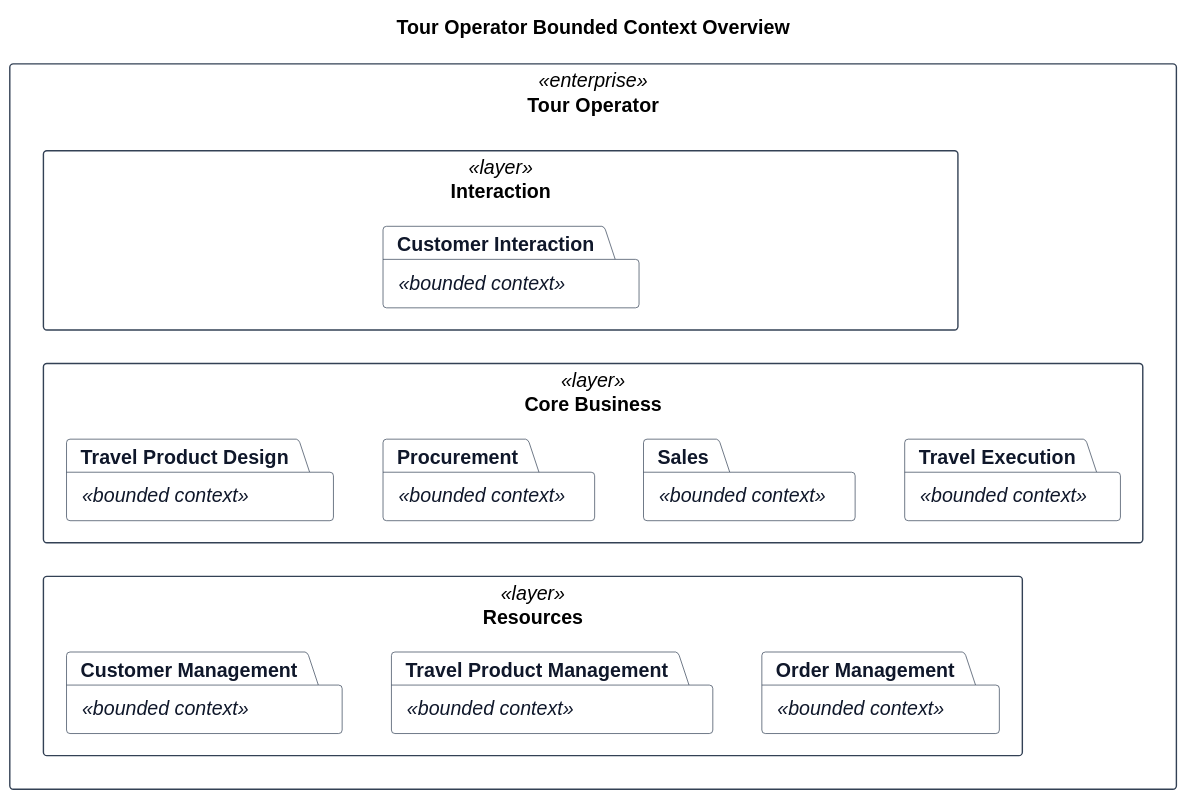
Earlier version of the PlantUML export docs/requirements/bounded-contexts/overview.svg (hochschule-darmstadt/a3se_app). Source of this version:
```plantuml
@startuml
title Tour Operator Bounded Context Overview

top to bottom direction
skinparam shadowing false
skinparam packageStyle rectangle
skinparam package {
  BackgroundColor White
  BorderColor #334155
  FontColor #0F172A
}
package "Tour Operator" <<enterprise>> {
  package "Interaction" <<layer>> {
    rectangle "<color:transparent>__________________________________________________________________________________________________</color>" as CustomerAccessLeft #transparent;line:transparent
    package "Customer Interaction" <<bounded context>>
    rectangle "<color:transparent>________________________________________________________________________________________________</color>" as CustomerAccessRight #transparent;line:transparent

    CustomerAccessLeft -[hidden]right- "Customer Interaction"
    "Customer Interaction" -[hidden]right- CustomerAccessRight
  }

  package "Core Business" <<layer>> {
    package "Travel Product Design" <<bounded context>>
    package "Procurement" <<bounded context>>
    package "Sales" <<bounded context>>
    package "Travel Execution" <<bounded context>>

    "Travel Product Design" -[hidden]right- "Procurement"
    "Procurement" -[hidden]right- "Sales"
    "Sales" -[hidden]right- "Travel Execution"
  }

  package "Resources" <<layer>> {
    package "Customer Management" <<bounded context>>
    package "Travel Product Management" <<bounded context>>
    package "Order Management" <<bounded context>>

    "Customer Management" -[hidden]right- "Travel Product Management"
    "Travel Product Management" -[hidden]right- "Order Management"
  }

  CustomerAccessLeft -[hidden]down- "Travel Product Design"
  "Customer Interaction" -[hidden]down- "Procurement"
  CustomerAccessRight -[hidden]down- "Travel Execution"

  "Travel Product Design" -[hidden]down- "Customer Management"
  "Procurement" -[hidden]down- "Travel Product Management"
  "Travel Execution" -[hidden]down- "Order Management"
}
@enduml
```
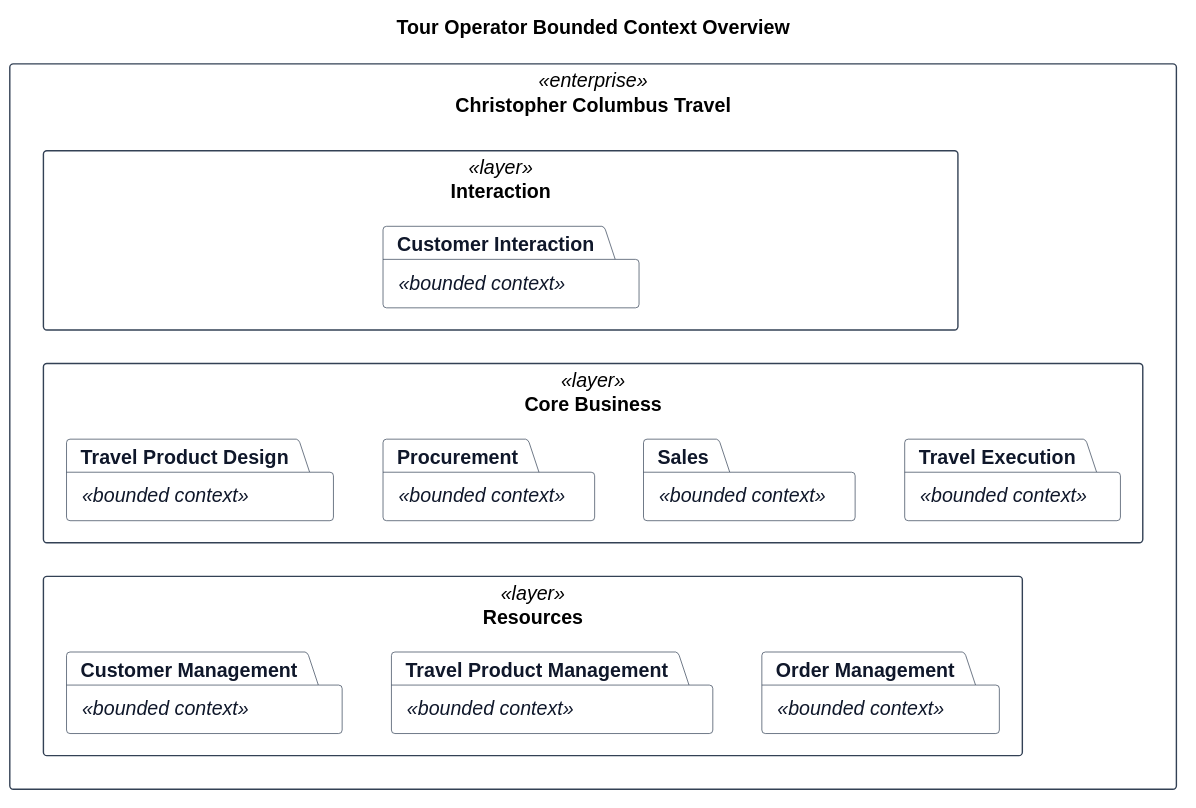
The same diagram one commit later.

Commit message:
Name Christopher Columbus Travel

Change to the diagram source:
```diff
@@ -9,7 +9,7 @@
   BorderColor #334155
   FontColor #0F172A
 }
-package "Tour Operator" <<enterprise>> {
+package "Christopher Columbus Travel" <<enterprise>> {
   package "Interaction" <<layer>> {
     rectangle "<color:transparent>__________________________________________________________________________________________________</color>" as CustomerAccessLeft #transparent;line:transparent
     package "Customer Interaction" <<bounded context>>
```
